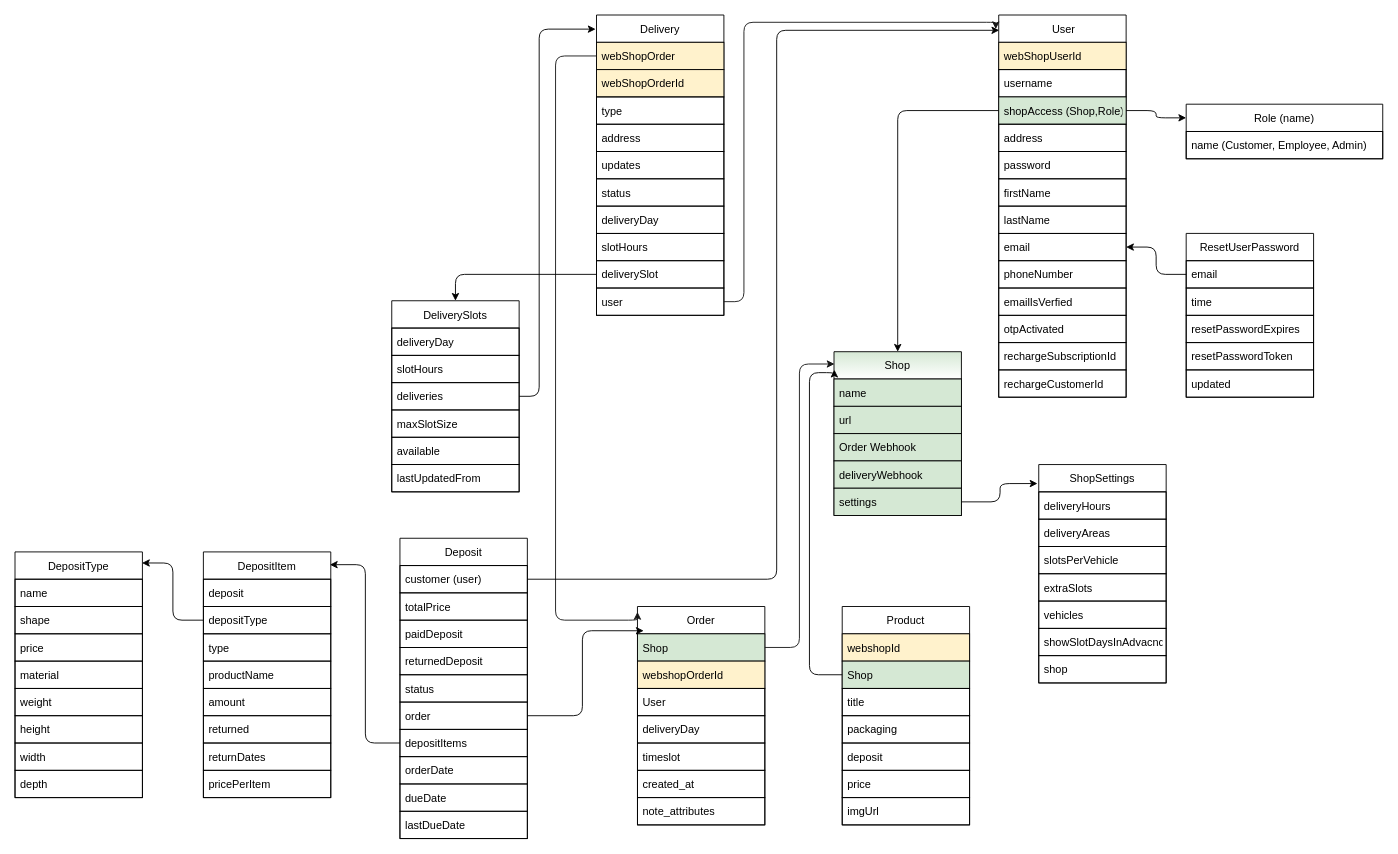
Before: documentation/diagrams.drawio in musdey/nackad-zerowaste, a draw.io diagram. Source tidied: cells renumbered, new cells numbered last; positions are measured from the earlier drawing's top-left corner, leaving out a move shared by most shapes. Both pictures are drawn from the tidied source at 91%, with x=0, y=0 at pixel (15, 15).
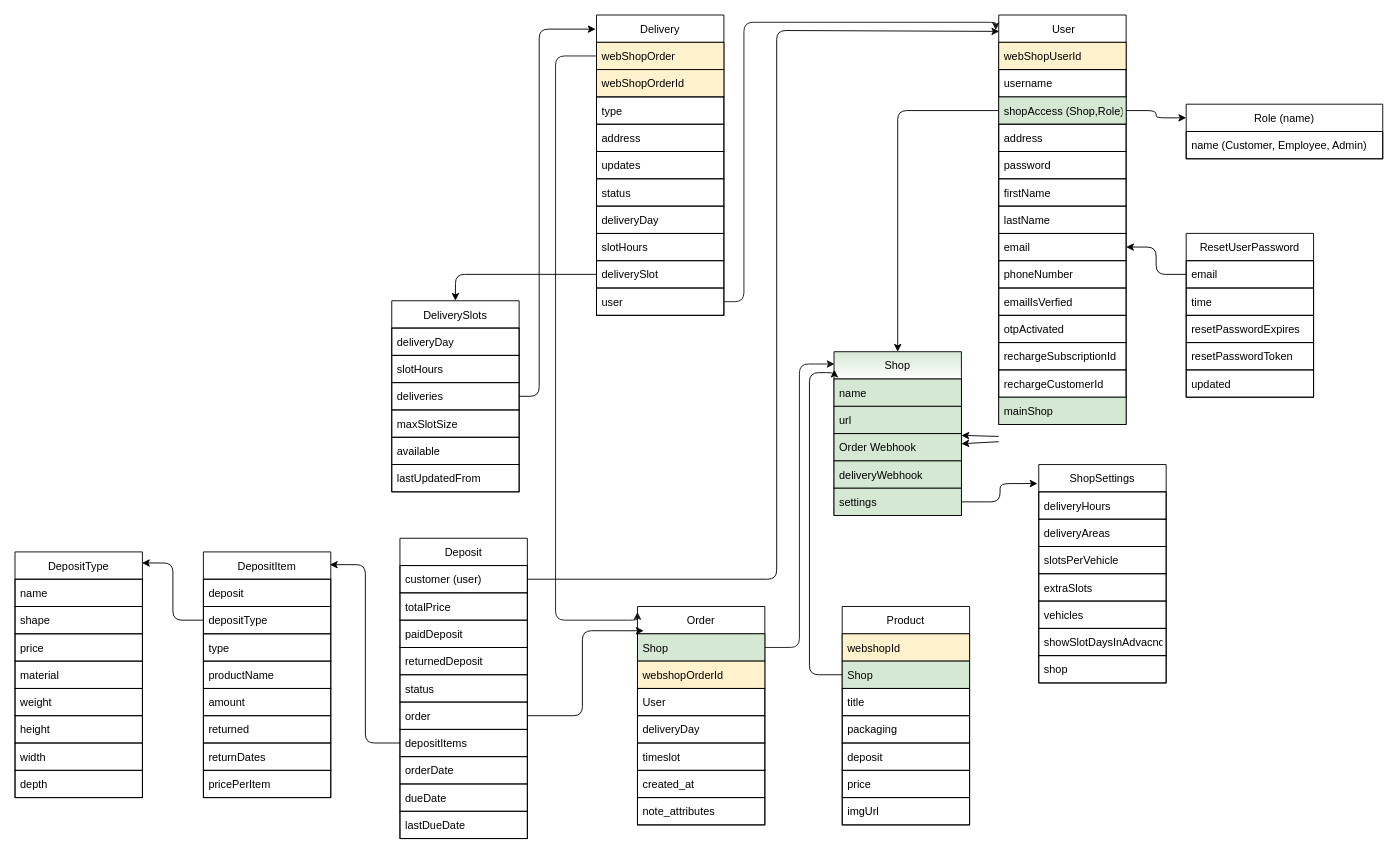
The same diagram, later.

The change refers to these unchanged cells:
```xml
<mxCell id="24" value="Shop" style="swimlane;fontStyle=0;horizontal=1;startSize=30;fillColor=#d5e8d4;strokeColor=#000000;fontColor=#000000;labelBorderColor=none;labelBackgroundColor=none;gradientColor=#ffffff;" parent="1" vertex="1">
  <mxGeometry x="900" y="370" width="140" height="180" as="geometry" />
</mxCell>
<mxCell id="27" value="Order Webhook" style="text;strokeColor=#000000;fillColor=#d5e8d4;align=left;verticalAlign=middle;spacingLeft=4;spacingRight=4;overflow=hidden;points=[[0,0.5],[1,0.5]];portConstraint=eastwest;fontColor=#000000;labelBorderColor=none;labelBackgroundColor=none;" parent="24" vertex="1">
  <mxGeometry y="90" width="140" height="30" as="geometry" />
</mxCell>
```

What changed in the source:
```diff
@@
     <mxCell id="10" value=" User" style="swimlane;fontStyle=0;horizontal=1;startSize=30;fontColor=#000000;labelBorderColor=none;labelBackgroundColor=none;strokeColor=#000000;gradientColor=#ffffff;" parent="1" vertex="1">
-      <mxGeometry x="1081" width="140" height="420" as="geometry" />
+      <mxGeometry x="1081" width="140" height="450" as="geometry" />
     </mxCell>
@@
+    <mxCell id="115" value="mainShop" style="text;strokeColor=#000000;fillColor=#d5e8d4;align=left;verticalAlign=middle;spacingLeft=4;spacingRight=4;overflow=hidden;fontColor=#000000;labelBorderColor=none;labelBackgroundColor=none;" parent="10" vertex="1">
+      <mxGeometry y="420" width="140" height="30" as="geometry" />
+    </mxCell>
@@
+    <mxCell id="116" style="edgeStyle=none;html=1;" parent="1" edge="1" target="24">
+      <mxGeometry relative="1" as="geometry">
+        <mxPoint x="1081" y="463.1" as="sourcePoint" />
+      </mxGeometry>
+    </mxCell>
+    <mxCell id="117" style="edgeStyle=none;html=1;" parent="1" edge="1" target="27">
+      <mxGeometry relative="1" as="geometry">
+        <mxPoint x="1081" y="468.9" as="sourcePoint" />
+      </mxGeometry>
+    </mxCell>
```
